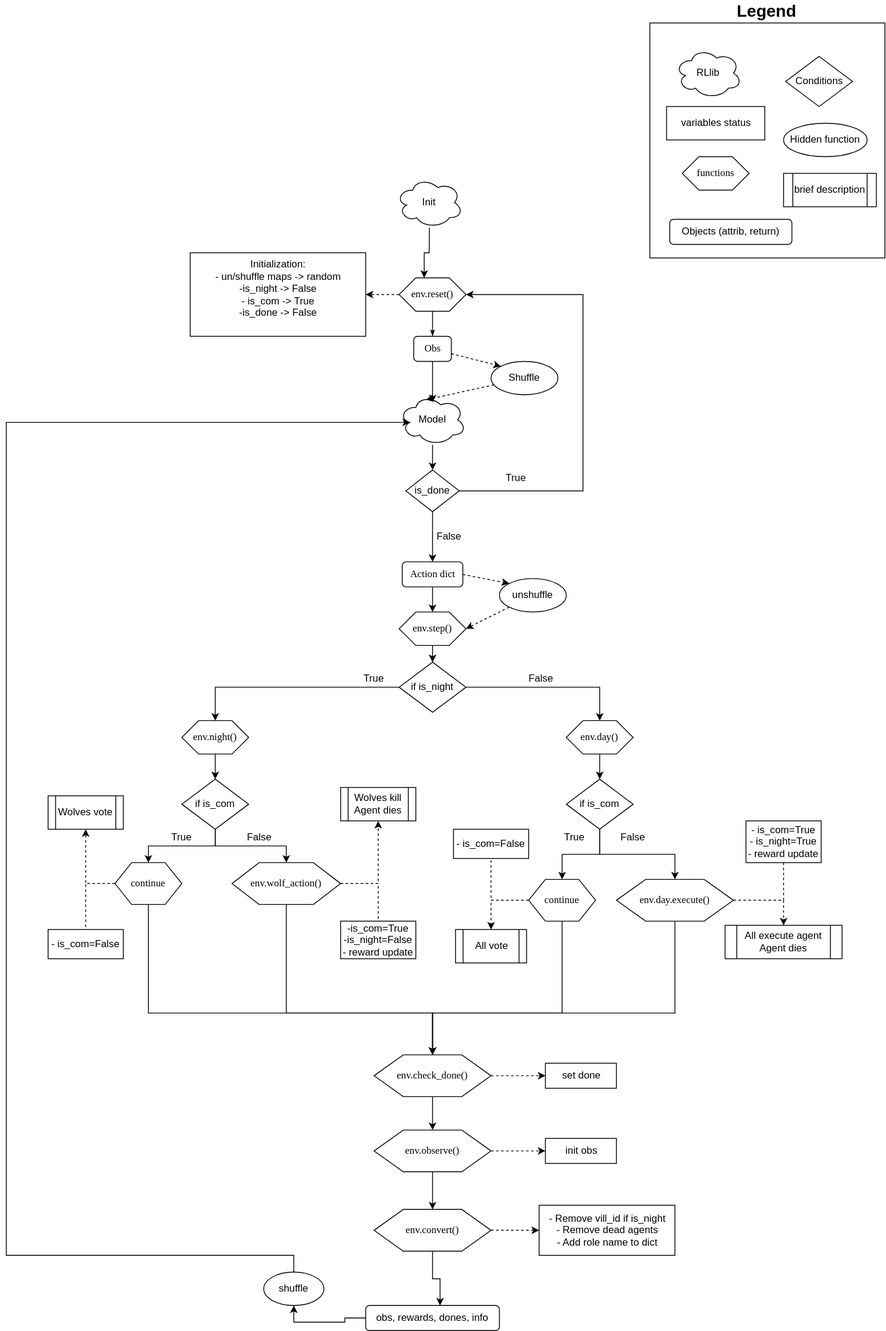
Before: Resources/Imgs/WwFlow.svg, a diagram exported from draw.io (nicofirst1/rl_werewolf). Source tidied: cells renumbered, new cells last; positions are measured from the earlier drawing's top-left corner, leaving out a move shared by most shapes.
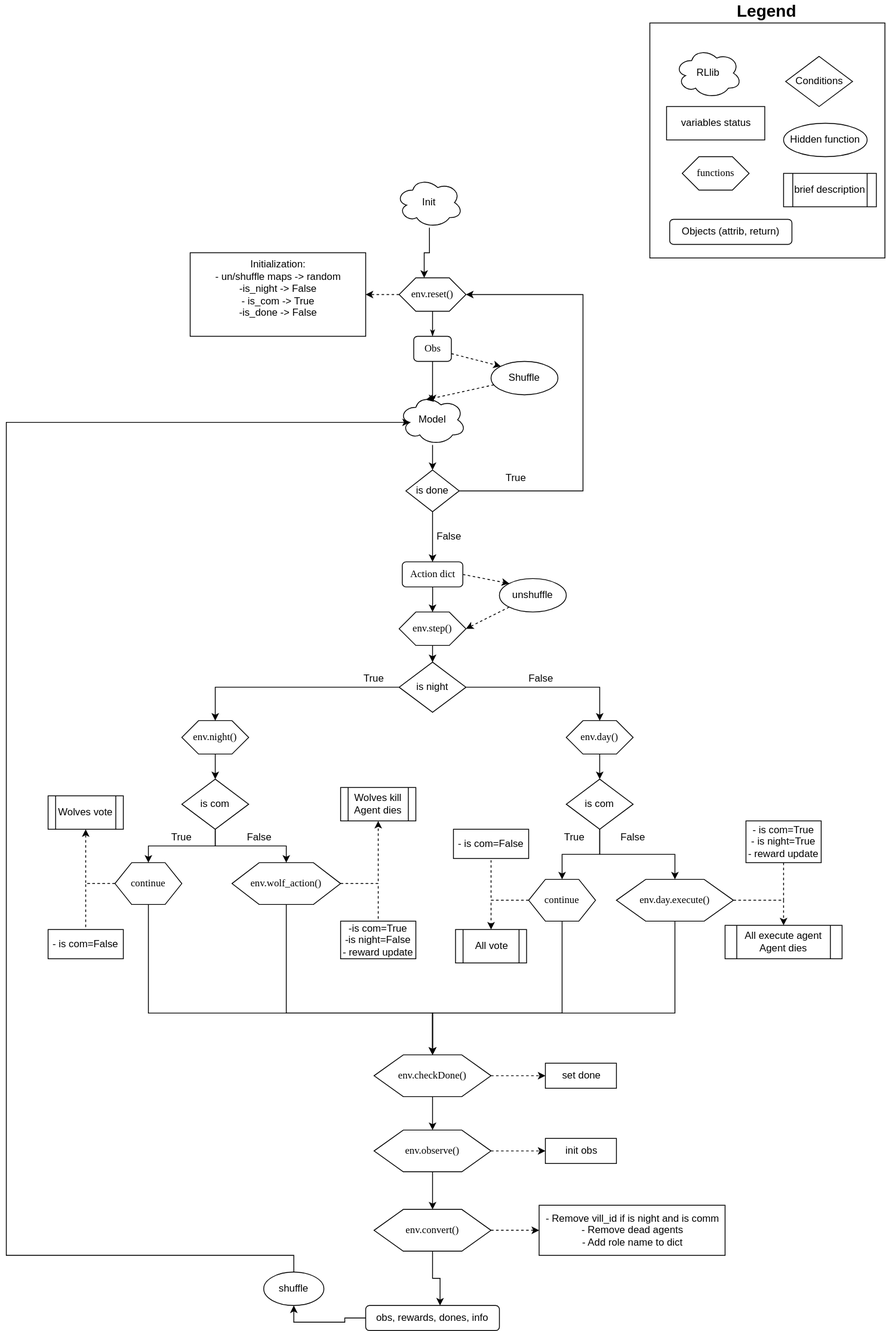
After the commit.

The edit, as a diff of the source:
```diff
@@ -50,7 +50,7 @@
     <mxCell id="17" style="edgeStyle=orthogonalEdgeStyle;rounded=0;jettySize=auto;html=1;entryX=0.5;entryY=0;entryDx=0;entryDy=0;endArrow=classic;endFill=1;" parent="1" edge="1" source="18" target="45">
       <mxGeometry relative="1" as="geometry" />
     </mxCell>
-    <mxCell id="18" value="if is_night" style="rhombus;whiteSpace=wrap;html=1;" parent="1" vertex="1">
+    <mxCell id="18" value="is night" style="rhombus;whiteSpace=wrap;html=1;" parent="1" vertex="1">
       <mxGeometry x="470" y="790" width="80" height="60" as="geometry" />
     </mxCell>
     <mxCell id="19" style="edgeStyle=orthogonalEdgeStyle;rounded=0;jettySize=auto;html=1;entryX=0.5;entryY=0;entryDx=0;entryDy=0;" parent="1" edge="1" source="20" target="23">
@@ -65,7 +65,7 @@
     <mxCell id="22" style="edgeStyle=orthogonalEdgeStyle;rounded=0;jettySize=auto;html=1;entryX=0.5;entryY=0;entryDx=0;entryDy=0;" parent="1" edge="1" source="23" target="33">
       <mxGeometry relative="1" as="geometry" />
     </mxCell>
-    <mxCell id="23" value="&lt;div&gt;if is_com&lt;/div&gt;" style="rhombus;whiteSpace=wrap;html=1;" parent="1" vertex="1">
+    <mxCell id="23" value="&lt;div&gt;is com&lt;/div&gt;" style="rhombus;whiteSpace=wrap;html=1;" parent="1" vertex="1">
       <mxGeometry x="210" y="930" width="80" height="60" as="geometry" />
     </mxCell>
     <mxCell id="24" value="&lt;div&gt;True&lt;/div&gt;" style="text;html=1;strokeColor=none;fillColor=none;align=center;verticalAlign=middle;whiteSpace=wrap;rounded=0;" parent="1" vertex="1">
@@ -128,16 +128,16 @@
     <mxCell id="38" value="Conditions" style="rhombus;whiteSpace=wrap;html=1;" parent="1" vertex="1">
       <mxGeometry x="932.5" y="65" width="80" height="60" as="geometry" />
     </mxCell>
-    <mxCell id="39" value="- is_com=False" style="rounded=0;whiteSpace=wrap;html=1;" parent="1" vertex="1">
+    <mxCell id="39" value="- is com=False" style="rounded=0;whiteSpace=wrap;html=1;" parent="1" vertex="1">
       <mxGeometry x="50" y="1110" width="90" height="35" as="geometry" />
     </mxCell>
-    <mxCell id="40" value="&lt;div&gt;-is_com=True&lt;/div&gt;&lt;div&gt;-is_night=False&lt;br&gt;&lt;/div&gt;&lt;div&gt;- reward update&lt;/div&gt;" style="rounded=0;whiteSpace=wrap;html=1;" parent="1" vertex="1">
+    <mxCell id="40" value="&lt;div&gt;-is com=True&lt;/div&gt;&lt;div&gt;-is night=False&lt;br&gt;&lt;/div&gt;&lt;div&gt;- reward update&lt;/div&gt;" style="rounded=0;whiteSpace=wrap;html=1;" parent="1" vertex="1">
       <mxGeometry x="400" y="1100" width="90" height="45" as="geometry" />
     </mxCell>
     <mxCell id="41" style="edgeStyle=orthogonalEdgeStyle;rounded=0;jettySize=auto;html=1;entryX=0.5;entryY=0;entryDx=0;entryDy=0;endArrow=classic;endFill=1;" parent="1" edge="1" source="42" target="69">
       <mxGeometry relative="1" as="geometry" />
     </mxCell>
-    <mxCell id="42" value="&lt;div&gt;env.check_done()&lt;/div&gt;" style="shape=hexagon;perimeter=hexagonPerimeter;whiteSpace=wrap;html=1;rounded=0;shadow=0;labelBackgroundColor=none;strokeWidth=1;fontFamily=Verdana;fontSize=12;align=center;" parent="1" vertex="1">
+    <mxCell id="42" value="&lt;div&gt;env.checkDone()&lt;/div&gt;" style="shape=hexagon;perimeter=hexagonPerimeter;whiteSpace=wrap;html=1;rounded=0;shadow=0;labelBackgroundColor=none;strokeWidth=1;fontFamily=Verdana;fontSize=12;align=center;" parent="1" vertex="1">
       <mxGeometry x="440" y="1260" width="140" height="50" as="geometry" />
     </mxCell>
     <mxCell id="43" value="False" style="text;html=1;strokeColor=none;fillColor=none;align=center;verticalAlign=middle;whiteSpace=wrap;rounded=0;" parent="1" vertex="1">
@@ -149,7 +149,7 @@
     <mxCell id="45" value="&lt;div&gt;env.day()&lt;/div&gt;" style="shape=hexagon;perimeter=hexagonPerimeter;whiteSpace=wrap;html=1;rounded=0;shadow=0;labelBackgroundColor=none;strokeWidth=1;fontFamily=Verdana;fontSize=12;align=center;" parent="1" vertex="1">
       <mxGeometry x="670" y="860" width="80" height="40" as="geometry" />
     </mxCell>
-    <mxCell id="46" value="&lt;div&gt;if is_com&lt;/div&gt;" style="rhombus;whiteSpace=wrap;html=1;" parent="1" vertex="1">
+    <mxCell id="46" value="&lt;div&gt;is com&lt;/div&gt;" style="rhombus;whiteSpace=wrap;html=1;" parent="1" vertex="1">
       <mxGeometry x="670" y="930" width="80" height="60" as="geometry" />
     </mxCell>
     <mxCell id="47" value="Hidden function" style="ellipse;whiteSpace=wrap;html=1;" parent="1" vertex="1">
@@ -191,7 +191,7 @@
     <mxCell id="57" value="&lt;div&gt;continue&lt;br&gt;&lt;/div&gt;" style="shape=hexagon;perimeter=hexagonPerimeter;whiteSpace=wrap;html=1;rounded=0;shadow=0;labelBackgroundColor=none;strokeWidth=1;fontFamily=Verdana;fontSize=12;align=center;" parent="1" vertex="1">
       <mxGeometry x="625" y="1050" width="80" height="50" as="geometry" />
     </mxCell>
-    <mxCell id="58" value="- is_com=False" style="rounded=0;whiteSpace=wrap;html=1;" parent="1" vertex="1">
+    <mxCell id="58" value="- is com=False" style="rounded=0;whiteSpace=wrap;html=1;" parent="1" vertex="1">
       <mxGeometry x="535" y="990" width="90" height="35" as="geometry" />
     </mxCell>
     <mxCell id="59" value="&lt;div&gt;True&lt;/div&gt;" style="text;html=1;strokeColor=none;fillColor=none;align=center;verticalAlign=middle;whiteSpace=wrap;rounded=0;rotation=0;" parent="1" vertex="1">
@@ -217,7 +217,7 @@
     <mxCell id="64" value="env.day.execute()" style="shape=hexagon;perimeter=hexagonPerimeter;whiteSpace=wrap;html=1;rounded=0;shadow=0;labelBackgroundColor=none;strokeWidth=1;fontFamily=Verdana;fontSize=12;align=center;" parent="1" vertex="1">
       <mxGeometry x="730" y="1050" width="140" height="50" as="geometry" />
     </mxCell>
-    <mxCell id="65" value="&lt;div&gt;- is_com=True&lt;/div&gt;&lt;div&gt;- is_night=True&lt;/div&gt;&lt;div&gt;- reward update&lt;/div&gt;" style="rounded=0;whiteSpace=wrap;html=1;" parent="1" vertex="1">
+    <mxCell id="65" value="&lt;div&gt;- is com=True&lt;/div&gt;&lt;div&gt;- is night=True&lt;/div&gt;&lt;div&gt;- reward update&lt;/div&gt;" style="rounded=0;whiteSpace=wrap;html=1;" parent="1" vertex="1">
       <mxGeometry x="885" y="980" width="90" height="50" as="geometry" />
     </mxCell>
     <mxCell id="66" value="&lt;div&gt;False&lt;/div&gt;" style="text;html=1;strokeColor=none;fillColor=none;align=center;verticalAlign=middle;whiteSpace=wrap;rounded=0;rotation=0;" parent="1" vertex="1">
@@ -250,8 +250,8 @@
     <mxCell id="75" style="edgeStyle=orthogonalEdgeStyle;rounded=0;jettySize=auto;html=1;exitX=0.5;exitY=1;exitDx=0;exitDy=0;entryX=0.5;entryY=0;entryDx=0;entryDy=0;endArrow=classic;endFill=1;" parent="1" edge="1" source="69" target="74">
       <mxGeometry relative="1" as="geometry" />
     </mxCell>
-    <mxCell id="76" value="&lt;div&gt;- Remove vill_id if is_night&lt;/div&gt;&lt;div&gt;- Remove dead agents&lt;/div&gt;&lt;div&gt;- Add role name to dict&lt;br&gt;&lt;/div&gt;" style="rounded=0;align=center;verticalAlign=middle;textDirection=ltr;html=1;" parent="1" vertex="1">
-      <mxGeometry x="637.5" y="1440" width="162.5" height="60" as="geometry" />
+    <mxCell id="76" value="&lt;div&gt;- Remove vill_id if is night and is comm&lt;br&gt;&lt;/div&gt;&lt;div&gt;- Remove dead agents&lt;/div&gt;&lt;div&gt;- Add role name to dict&lt;br&gt;&lt;/div&gt;" style="rounded=0;align=center;verticalAlign=middle;textDirection=ltr;html=1;" parent="1" vertex="1">
+      <mxGeometry x="637.5" y="1440" width="222.5" height="60" as="geometry" />
     </mxCell>
     <mxCell id="77" style="edgeStyle=orthogonalEdgeStyle;rounded=0;jettySize=auto;html=1;entryX=0.16;entryY=0.55;entryDx=0;entryDy=0;entryPerimeter=0;endArrow=classic;endFill=1;exitX=0.5;exitY=0;exitDx=0;exitDy=0;" parent="1" edge="1" source="87" target="11">
       <mxGeometry relative="1" as="geometry">
@@ -279,7 +279,7 @@
         </Array>
       </mxGeometry>
     </mxCell>
-    <mxCell id="82" value="&lt;div&gt;is_done&lt;/div&gt;" style="rhombus;whiteSpace=wrap;html=1;" parent="1" vertex="1">
+    <mxCell id="82" value="&lt;div&gt;is done&lt;/div&gt;" style="rhombus;whiteSpace=wrap;html=1;" parent="1" vertex="1">
       <mxGeometry x="478.1" y="560" width="63.8" height="50" as="geometry" />
     </mxCell>
     <mxCell id="83" value="True" style="text;html=1;strokeColor=none;fillColor=none;align=center;verticalAlign=middle;whiteSpace=wrap;rounded=0;" parent="1" vertex="1">
```
